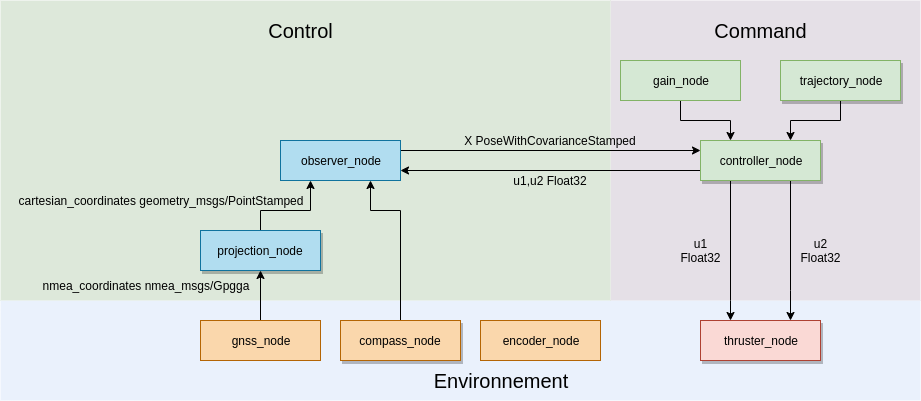
This is doc/DDBot.png from Jules-Berhault/ddbot, a draw.io export, as it was before one commit. Source tidied: cells renumbered, new cells last; positions are measured from the earlier drawing's top-left corner, leaving out a move shared by most shapes.
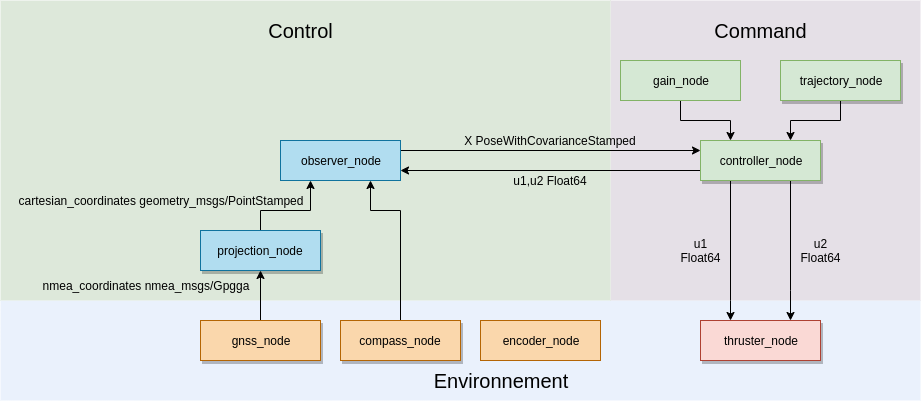
The same file after the commit.

The edit, as a diff of the source:
```diff
@@ -25,7 +25,7 @@
     <mxCell id="7" style="edgeStyle=orthogonalEdgeStyle;rounded=0;jettySize=auto;html=1;exitX=0.5;exitY=0;exitDx=0;exitDy=0;entryX=0.5;entryY=1;entryDx=0;entryDy=0;" parent="1" edge="1" source="8" target="11">
       <mxGeometry relative="1" as="geometry" />
     </mxCell>
-    <mxCell id="8" value="gnss_node" style="rounded=0;whiteSpace=wrap;html=1;fillColor=#fad7ac;strokeColor=#b46504;" parent="1" vertex="1">
+    <mxCell id="8" value="gnss_node" style="rounded=0;whiteSpace=wrap;html=1;fillColor=#fad7ac;strokeColor=#b46504;shadow=1;" parent="1" vertex="1">
       <mxGeometry x="200" y="320" width="120" height="40" as="geometry" />
     </mxCell>
     <mxCell id="9" value="thruster_node" style="rounded=0;whiteSpace=wrap;html=1;fillColor=#fad9d5;strokeColor=#ae4132;shadow=1;glass=0;" parent="1" vertex="1">
@@ -104,13 +104,13 @@
     <mxCell id="25" value="X PoseWithCovarianceStamped" style="text;html=1;strokeColor=none;fillColor=none;align=center;verticalAlign=middle;whiteSpace=wrap;rounded=0;" parent="1" vertex="1">
       <mxGeometry x="445" y="130" width="210" height="20" as="geometry" />
     </mxCell>
-    <mxCell id="26" value="u1 Float32" style="text;html=1;strokeColor=none;fillColor=none;align=center;verticalAlign=middle;whiteSpace=wrap;rounded=0;" parent="1" vertex="1">
+    <mxCell id="26" value="u1 Float64" style="text;html=1;strokeColor=none;fillColor=none;align=center;verticalAlign=middle;whiteSpace=wrap;rounded=0;" parent="1" vertex="1">
       <mxGeometry x="680" y="240" width="40" height="20" as="geometry" />
     </mxCell>
-    <mxCell id="27" value="u2 Float32" style="text;html=1;strokeColor=none;fillColor=none;align=center;verticalAlign=middle;whiteSpace=wrap;rounded=0;" parent="1" vertex="1">
+    <mxCell id="27" value="u2 Float64" style="text;html=1;strokeColor=none;fillColor=none;align=center;verticalAlign=middle;whiteSpace=wrap;rounded=0;" parent="1" vertex="1">
       <mxGeometry x="800" y="240" width="40" height="20" as="geometry" />
     </mxCell>
-    <mxCell id="28" value="u1,u2 Float32" style="text;html=1;strokeColor=none;fillColor=none;align=center;verticalAlign=middle;whiteSpace=wrap;rounded=0;" parent="1" vertex="1">
+    <mxCell id="28" value="u1,u2 Float64" style="text;html=1;strokeColor=none;fillColor=none;align=center;verticalAlign=middle;whiteSpace=wrap;rounded=0;" parent="1" vertex="1">
       <mxGeometry x="485" y="170" width="130" height="20" as="geometry" />
     </mxCell>
     <mxCell id="29" value="encoder_node" style="rounded=0;whiteSpace=wrap;html=1;fillColor=#fad7ac;strokeColor=#b46504;" parent="1" vertex="1">
```
